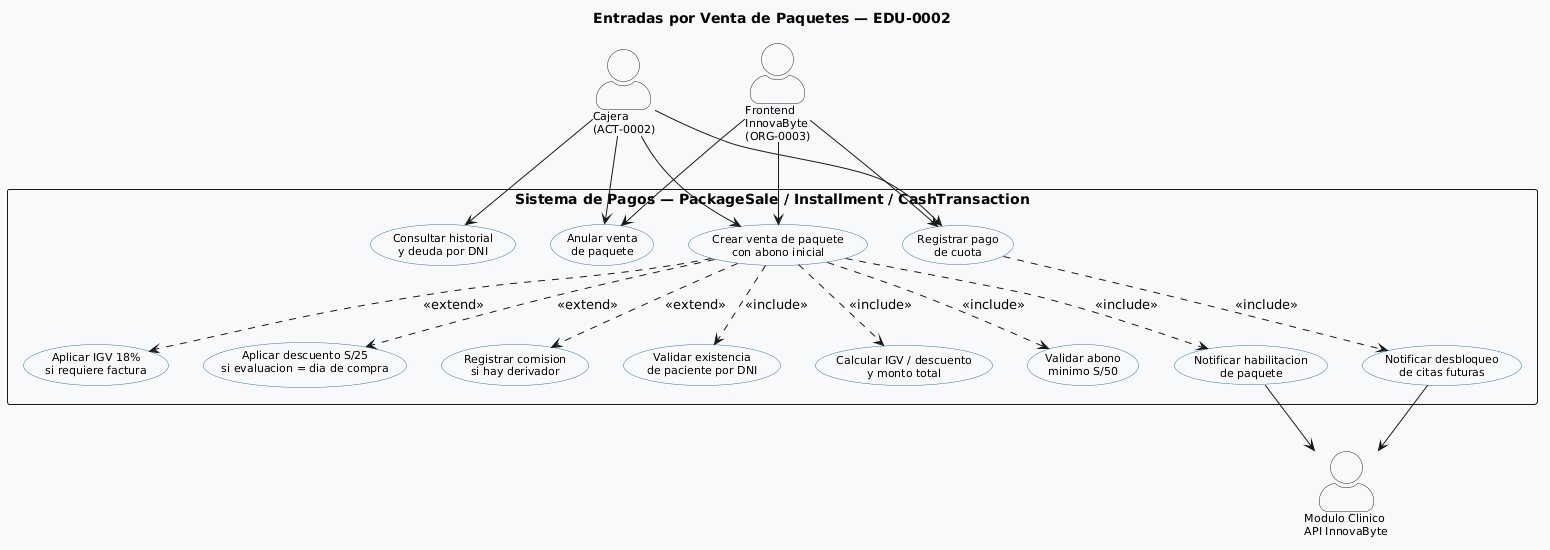
Above: services/payments/diagrama de casos de uso/uc-02-ventas-paquetes.png in KODA-pe/architecture-docs (PlantUML), before the change. The source it was exported from:
```plantuml
@startuml
skinparam actorStyle awesome
skinparam backgroundColor #F8F9FA
skinparam usecase {
  BackgroundColor #FFFFFF
  BorderColor #2C6FAD
  FontSize 11
}
skinparam actor {
  BackgroundColor #FFFFFF
  BorderColor #1A1A2E
  FontSize 11
}
skinparam packageStyle rectangle
skinparam defaultFontName Arial

title Entradas por Venta de Paquetes — EDU-0002

actor "Cajera\n(ACT-0002)" as CAJ
actor "Frontend\nInnovaByte\n(ORG-0003)" as FE
actor "Modulo Clinico\nAPI InnovaByte" as INN

rectangle "Sistema de Pagos — PackageSale / Installment / CashTransaction" {
  usecase "Crear venta de paquete\ncon abono inicial" as UC1
  usecase "Consultar historial\ny deuda por DNI" as UC2
  usecase "Registrar pago\nde cuota" as UC3
  usecase "Anular venta\nde paquete" as UC4

  usecase "Validar existencia\nde paciente por DNI" as INC1
  usecase "Calcular IGV / descuento\ny monto total" as INC2
  usecase "Validar abono\nminimo S/50" as INC3
  usecase "Notificar habilitacion\nde paquete" as INC4
  usecase "Notificar desbloqueo\nde citas futuras" as INC5

  usecase "Aplicar IGV 18%\nsi requiere factura" as EXT1
  usecase "Aplicar descuento S/25\nsi evaluacion = dia de compra" as EXT2
  usecase "Registrar comision\nsi hay derivador" as EXT3
}

CAJ --> UC1
CAJ --> UC2
CAJ --> UC3
CAJ --> UC4

FE --> UC1
FE --> UC3
FE --> UC4

UC1 ..> INC1 : <<include>>
UC1 ..> INC2 : <<include>>
UC1 ..> INC3 : <<include>>
UC1 ..> INC4 : <<include>>
UC3 ..> INC5 : <<include>>

UC1 ..> EXT1 : <<extend>>
UC1 ..> EXT2 : <<extend>>
UC1 ..> EXT3 : <<extend>>

INC4 --> INN
INC5 --> INN
@enduml
```
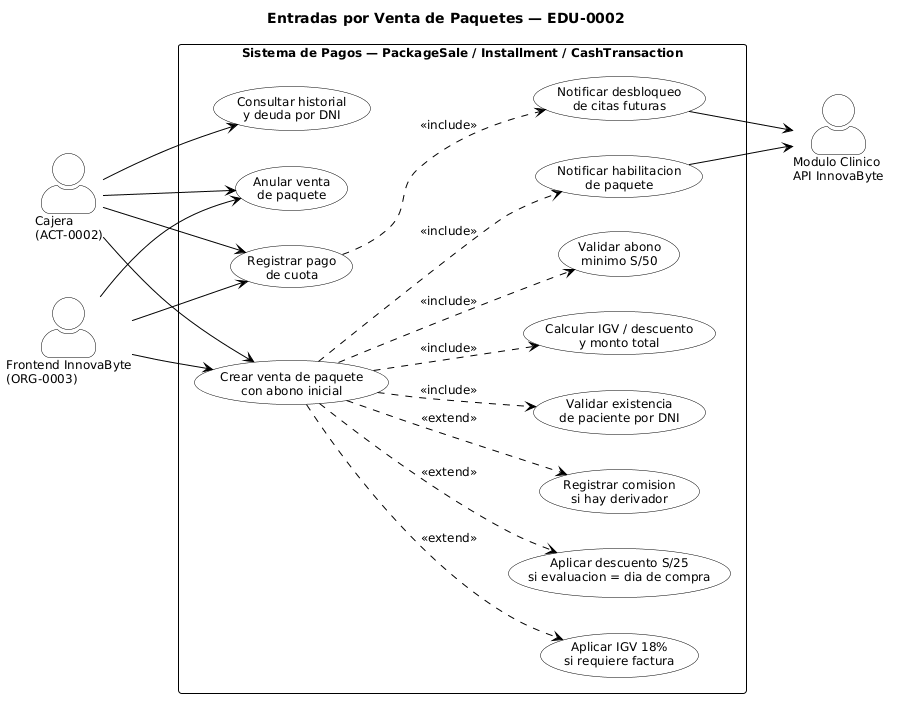
After the commit.

Change to the diagram source:
```diff
@@ -1,23 +1,38 @@
 @startuml
+skinparam monochrome true
 skinparam actorStyle awesome
-skinparam backgroundColor #F8F9FA
+skinparam backgroundColor white
+skinparam defaultFontName Arial
+skinparam defaultFontSize 12
+skinparam shadowing false
 skinparam usecase {
-  BackgroundColor #FFFFFF
-  BorderColor #2C6FAD
-  FontSize 11
+  BackgroundColor white
+  BorderColor black
+  FontColor black
 }
 skinparam actor {
-  BackgroundColor #FFFFFF
-  BorderColor #1A1A2E
-  FontSize 11
+  BackgroundColor white
+  BorderColor black
+  FontColor black
 }
-skinparam packageStyle rectangle
-skinparam defaultFontName Arial
+skinparam note {
+  BackgroundColor white
+  BorderColor black
+  FontColor black
+}
+skinparam rectangle {
+  BorderColor black
+  FontColor black
+  BackgroundColor white
+}
+skinparam ArrowColor black
 
 title Entradas por Venta de Paquetes — EDU-0002
 
+left to right direction
+
 actor "Cajera\n(ACT-0002)" as CAJ
-actor "Frontend\nInnovaByte\n(ORG-0003)" as FE
+actor "Frontend InnovaByte\n(ORG-0003)" as FE
 actor "Modulo Clinico\nAPI InnovaByte" as INN
 
 rectangle "Sistema de Pagos — PackageSale / Installment / CashTransaction" {
```
